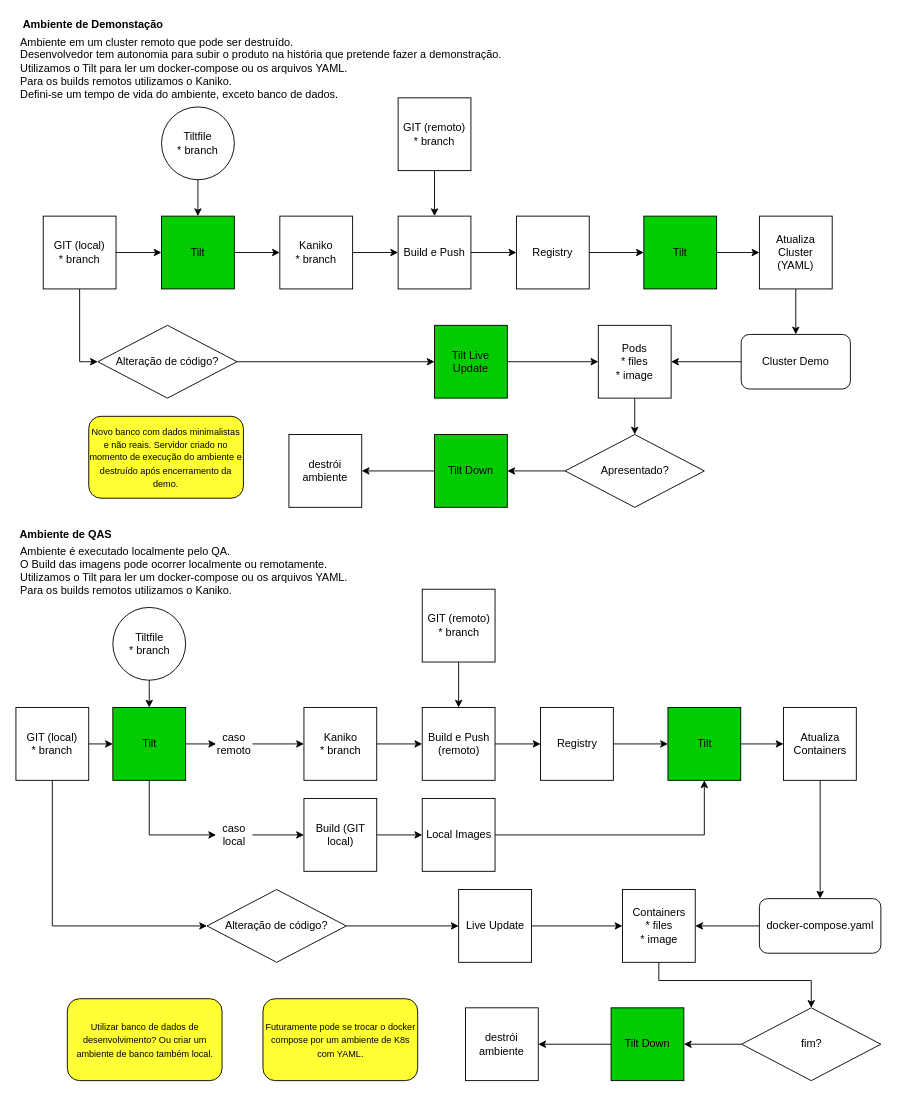
Before: Demo_QAS.drawio in luizhpriotto/diagrams, a draw.io diagram. Source tidied: cells renumbered, new cells numbered last; positions are measured from the earlier drawing's top-left corner, leaving out a move shared by most shapes. Both pictures are drawn from the tidied source at 91%, with x=0, y=0 at pixel (15, 15).
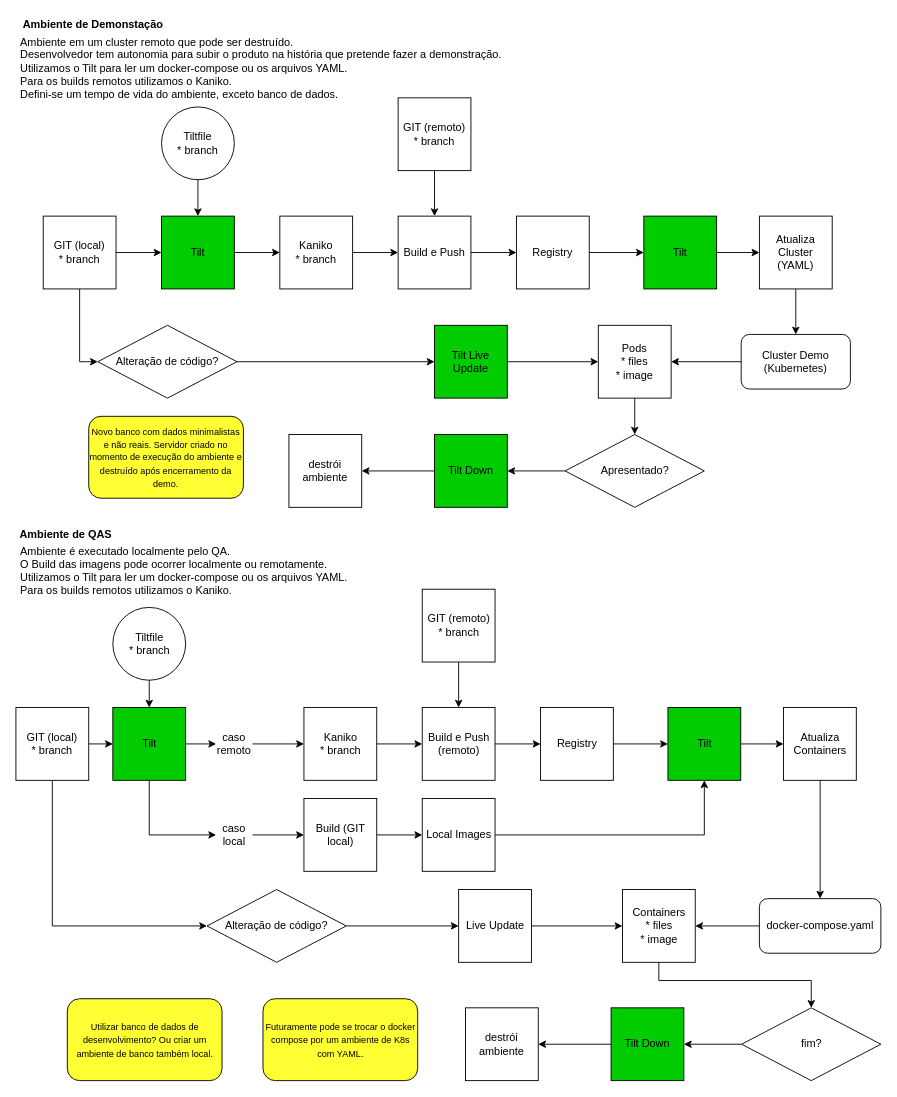
After the change.

The edit, as a diff of the source:
```diff
@@
-    <mxCell id="28" value="Cluster Demo" style="rounded=1;whiteSpace=wrap;html=1;" parent="1" vertex="1">
+    <mxCell id="28" value="Cluster Demo (Kubernetes)" style="rounded=1;whiteSpace=wrap;html=1;" parent="1" vertex="1">
       <mxGeometry x="797" y="350" width="120" height="60" as="geometry" />
     </mxCell>
```
